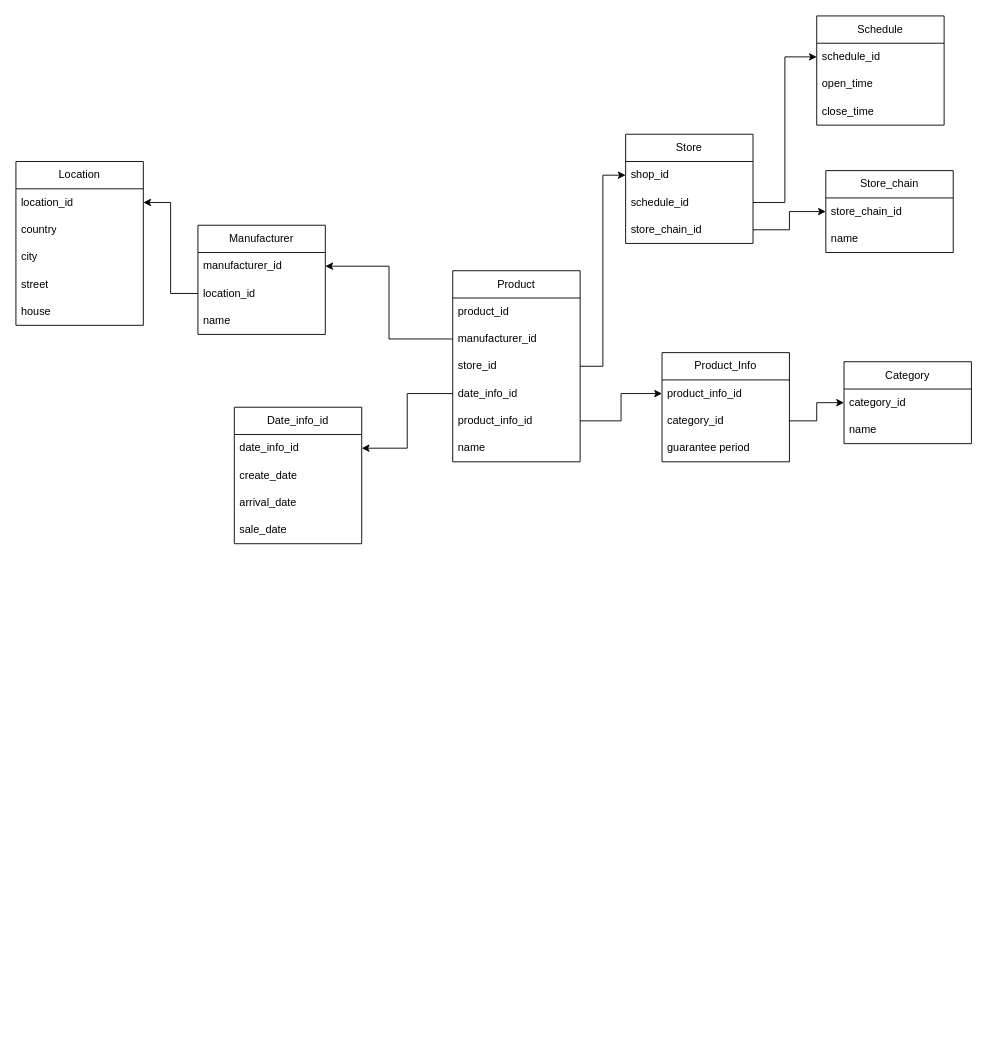
This is Диаграмма без названия.drawio from dima3sh/repo, a draw.io file, before an edit. Source tidied: cells renumbered, new cells numbered last; positions are measured from the earlier drawing's top-left corner, leaving out a move shared by most shapes. Both pictures are drawn from the tidied source at 91%, with x=0, y=0 at pixel (15, 15).
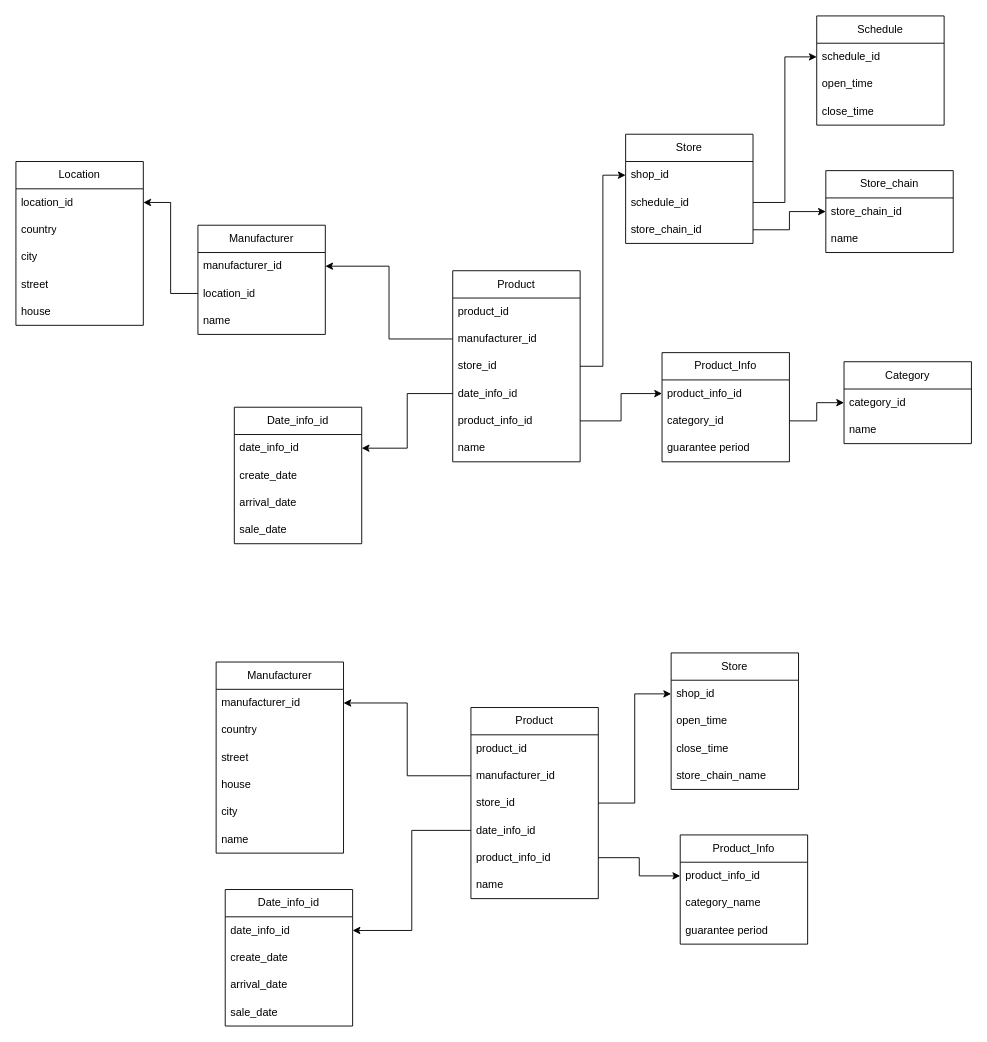
Above is the later version.

Change to the diagram source:
```diff
@@
+    <mxCell id="50" value="Product" style="swimlane;fontStyle=0;horizontal=1;startSize=30;whiteSpace=wrap;html=1;" parent="1" vertex="1">
+      <mxGeometry x="500" y="760" width="140" height="210" as="geometry" />
+    </mxCell>
+    <mxCell id="51" value="product_id" style="text;strokeColor=none;fillColor=none;align=left;verticalAlign=middle;spacingLeft=4;spacingRight=4;overflow=hidden;whiteSpace=wrap;html=1;" parent="50" vertex="1">
+      <mxGeometry y="30" width="140" height="30" as="geometry" />
+    </mxCell>
+    <mxCell id="52" value="manufacturer_id" style="text;strokeColor=none;fillColor=none;align=left;verticalAlign=middle;spacingLeft=4;spacingRight=4;overflow=hidden;points=[[0,0.5],[1,0.5]];portConstraint=eastwest;whiteSpace=wrap;html=1;" parent="50" vertex="1">
+      <mxGeometry y="60" width="140" height="30" as="geometry" />
+    </mxCell>
+    <mxCell id="53" value="store_id" style="text;strokeColor=none;fillColor=none;align=left;verticalAlign=middle;spacingLeft=4;spacingRight=4;overflow=hidden;points=[[0,0.5],[1,0.5]];portConstraint=eastwest;whiteSpace=wrap;html=1;" parent="50" vertex="1">
+      <mxGeometry y="90" width="140" height="30" as="geometry" />
+    </mxCell>
+    <mxCell id="54" value="date_info_id" style="text;strokeColor=none;fillColor=none;align=left;verticalAlign=middle;spacingLeft=4;spacingRight=4;overflow=hidden;points=[[0,0.5],[1,0.5]];portConstraint=eastwest;whiteSpace=wrap;html=1;" parent="50" vertex="1">
+      <mxGeometry y="120" width="140" height="30" as="geometry" />
+    </mxCell>
+    <mxCell id="55" value="product_info_id" style="text;strokeColor=none;fillColor=none;align=left;verticalAlign=middle;spacingLeft=4;spacingRight=4;overflow=hidden;points=[[0,0.5],[1,0.5]];portConstraint=eastwest;whiteSpace=wrap;html=1;" parent="50" vertex="1">
+      <mxGeometry y="150" width="140" height="30" as="geometry" />
+    </mxCell>
+    <mxCell id="56" value="name" style="text;strokeColor=none;fillColor=none;align=left;verticalAlign=middle;spacingLeft=4;spacingRight=4;overflow=hidden;whiteSpace=wrap;html=1;" parent="50" vertex="1">
+      <mxGeometry y="180" width="140" height="30" as="geometry" />
+    </mxCell>
+    <mxCell id="57" value="Store" style="swimlane;fontStyle=0;horizontal=1;startSize=30;whiteSpace=wrap;html=1;" parent="1" vertex="1">
+      <mxGeometry x="720" y="700" width="140" height="150" as="geometry" />
+    </mxCell>
+    <mxCell id="58" value="shop_id" style="text;strokeColor=none;fillColor=none;align=left;verticalAlign=middle;spacingLeft=4;spacingRight=4;overflow=hidden;points=[[0,0.5],[1,0.5]];portConstraint=eastwest;whiteSpace=wrap;html=1;" parent="57" vertex="1">
+      <mxGeometry y="30" width="140" height="30" as="geometry" />
+    </mxCell>
+    <mxCell id="59" value="open_time" style="text;strokeColor=none;fillColor=none;align=left;verticalAlign=middle;spacingLeft=4;spacingRight=4;overflow=hidden;whiteSpace=wrap;html=1;" parent="57" vertex="1">
+      <mxGeometry y="60" width="140" height="30" as="geometry" />
+    </mxCell>
+    <mxCell id="60" value="close_time" style="text;strokeColor=none;fillColor=none;align=left;verticalAlign=middle;spacingLeft=4;spacingRight=4;overflow=hidden;whiteSpace=wrap;html=1;" parent="57" vertex="1">
+      <mxGeometry y="90" width="140" height="30" as="geometry" />
+    </mxCell>
+    <mxCell id="61" value="store_chain_name" style="text;strokeColor=none;fillColor=none;align=left;verticalAlign=middle;spacingLeft=4;spacingRight=4;overflow=hidden;whiteSpace=wrap;html=1;" parent="57" vertex="1">
+      <mxGeometry y="120" width="140" height="30" as="geometry" />
+    </mxCell>
+    <mxCell id="62" style="edgeStyle=orthogonalEdgeStyle;rounded=0;jettySize=auto;html=1;entryX=0;entryY=0.5;entryDx=0;entryDy=0;" parent="1" edge="1" source="53" target="58">
+      <mxGeometry relative="1" as="geometry" />
+    </mxCell>
+    <mxCell id="63" value="Manufacturer" style="swimlane;fontStyle=0;horizontal=1;startSize=30;whiteSpace=wrap;html=1;" parent="1" vertex="1">
+      <mxGeometry x="220" y="710" width="140" height="210" as="geometry" />
+    </mxCell>
+    <mxCell id="64" value="manufacturer_id" style="text;strokeColor=none;fillColor=none;align=left;verticalAlign=middle;spacingLeft=4;spacingRight=4;overflow=hidden;points=[[0,0.5],[1,0.5]];portConstraint=eastwest;whiteSpace=wrap;html=1;" parent="63" vertex="1">
+      <mxGeometry y="30" width="140" height="30" as="geometry" />
+    </mxCell>
+    <mxCell id="65" value="country" style="text;strokeColor=none;fillColor=none;align=left;verticalAlign=middle;spacingLeft=4;spacingRight=4;overflow=hidden;whiteSpace=wrap;html=1;" parent="63" vertex="1">
+      <mxGeometry y="60" width="140" height="30" as="geometry" />
+    </mxCell>
+    <mxCell id="66" value="street" style="text;strokeColor=none;fillColor=none;align=left;verticalAlign=middle;spacingLeft=4;spacingRight=4;overflow=hidden;whiteSpace=wrap;html=1;" parent="63" vertex="1">
+      <mxGeometry y="90" width="140" height="30" as="geometry" />
+    </mxCell>
+    <mxCell id="67" value="house" style="text;strokeColor=none;fillColor=none;align=left;verticalAlign=middle;spacingLeft=4;spacingRight=4;overflow=hidden;whiteSpace=wrap;html=1;" parent="63" vertex="1">
+      <mxGeometry y="120" width="140" height="30" as="geometry" />
+    </mxCell>
+    <mxCell id="68" value="city" style="text;strokeColor=none;fillColor=none;align=left;verticalAlign=middle;spacingLeft=4;spacingRight=4;overflow=hidden;whiteSpace=wrap;html=1;" parent="63" vertex="1">
+      <mxGeometry y="150" width="140" height="30" as="geometry" />
+    </mxCell>
+    <mxCell id="69" value="name" style="text;strokeColor=none;fillColor=none;align=left;verticalAlign=middle;spacingLeft=4;spacingRight=4;overflow=hidden;whiteSpace=wrap;html=1;" parent="63" vertex="1">
+      <mxGeometry y="180" width="140" height="30" as="geometry" />
+    </mxCell>
+    <mxCell id="70" style="edgeStyle=orthogonalEdgeStyle;rounded=0;jettySize=auto;html=1;" parent="1" edge="1" source="52" target="64">
+      <mxGeometry relative="1" as="geometry" />
+    </mxCell>
+    <mxCell id="71" value="Date_info_id" style="swimlane;fontStyle=0;horizontal=1;startSize=30;whiteSpace=wrap;html=1;" parent="1" vertex="1">
+      <mxGeometry x="230" y="960" width="140" height="150" as="geometry" />
+    </mxCell>
+    <mxCell id="72" value="date_info_id" style="text;strokeColor=none;fillColor=none;align=left;verticalAlign=middle;spacingLeft=4;spacingRight=4;overflow=hidden;points=[[0,0.5],[1,0.5]];portConstraint=eastwest;whiteSpace=wrap;html=1;" parent="71" vertex="1">
+      <mxGeometry y="30" width="140" height="30" as="geometry" />
+    </mxCell>
+    <mxCell id="73" value="create_date" style="text;strokeColor=none;fillColor=none;align=left;verticalAlign=middle;spacingLeft=4;spacingRight=4;overflow=hidden;whiteSpace=wrap;html=1;" parent="71" vertex="1">
+      <mxGeometry y="60" width="140" height="30" as="geometry" />
+    </mxCell>
+    <mxCell id="74" value="arrival_date" style="text;strokeColor=none;fillColor=none;align=left;verticalAlign=middle;spacingLeft=4;spacingRight=4;overflow=hidden;whiteSpace=wrap;html=1;" parent="71" vertex="1">
+      <mxGeometry y="90" width="140" height="30" as="geometry" />
+    </mxCell>
+    <mxCell id="75" value="sale_date" style="text;strokeColor=none;fillColor=none;align=left;verticalAlign=middle;spacingLeft=4;spacingRight=4;overflow=hidden;whiteSpace=wrap;html=1;" parent="71" vertex="1">
+      <mxGeometry y="120" width="140" height="30" as="geometry" />
+    </mxCell>
+    <mxCell id="76" style="edgeStyle=orthogonalEdgeStyle;rounded=0;jettySize=auto;html=1;entryX=1;entryY=0.5;entryDx=0;entryDy=0;" parent="1" edge="1" source="54" target="72">
+      <mxGeometry relative="1" as="geometry" />
+    </mxCell>
+    <mxCell id="77" value="Product_Info" style="swimlane;fontStyle=0;horizontal=1;startSize=30;whiteSpace=wrap;html=1;" parent="1" vertex="1">
+      <mxGeometry x="730" y="900" width="140" height="120" as="geometry" />
+    </mxCell>
+    <mxCell id="78" value="product_info_id" style="text;strokeColor=none;fillColor=none;align=left;verticalAlign=middle;spacingLeft=4;spacingRight=4;overflow=hidden;points=[[0,0.5],[1,0.5]];portConstraint=eastwest;whiteSpace=wrap;html=1;" parent="77" vertex="1">
+      <mxGeometry y="30" width="140" height="30" as="geometry" />
+    </mxCell>
+    <mxCell id="79" value="category_name" style="text;strokeColor=none;fillColor=none;align=left;verticalAlign=middle;spacingLeft=4;spacingRight=4;overflow=hidden;whiteSpace=wrap;html=1;" parent="77" vertex="1">
+      <mxGeometry y="60" width="140" height="30" as="geometry" />
+    </mxCell>
+    <mxCell id="80" value="guarantee period" style="text;strokeColor=none;fillColor=none;align=left;verticalAlign=middle;spacingLeft=4;spacingRight=4;overflow=hidden;whiteSpace=wrap;html=1;" parent="77" vertex="1">
+      <mxGeometry y="90" width="140" height="30" as="geometry" />
+    </mxCell>
+    <mxCell id="81" style="edgeStyle=orthogonalEdgeStyle;rounded=0;jettySize=auto;html=1;entryX=0;entryY=0.5;entryDx=0;entryDy=0;" parent="1" edge="1" source="55" target="78">
+      <mxGeometry relative="1" as="geometry" />
+    </mxCell>
```
